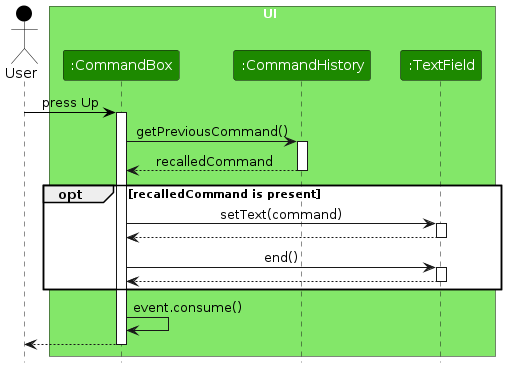
The PlantUML diagram diagrams/CommandHistorySequenceDiagram.png in AY2627S1-CS2103T-T08-4/tp, before a commit. Its source is kept beside it as diagrams/CommandHistorySequenceDiagram.puml.
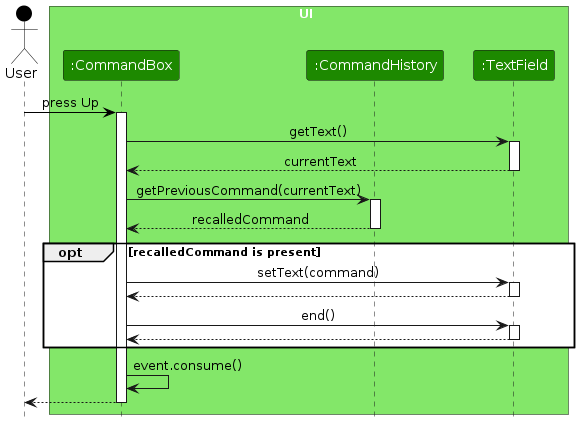
The same diagram one commit later.

The edit, as a diff of the source:
```diff
@@ -13,7 +13,12 @@
 user -[USER_COLOR]> CommandBox : press Up
 activate CommandBox
 
-CommandBox -> CommandHistory : getPreviousCommand()
+CommandBox -> TextField : getText()
+activate TextField
+TextField --> CommandBox : currentText
+deactivate TextField
+
+CommandBox -> CommandHistory : getPreviousCommand(currentText)
 activate CommandHistory
 
 CommandHistory --> CommandBox : recalledCommand
```
